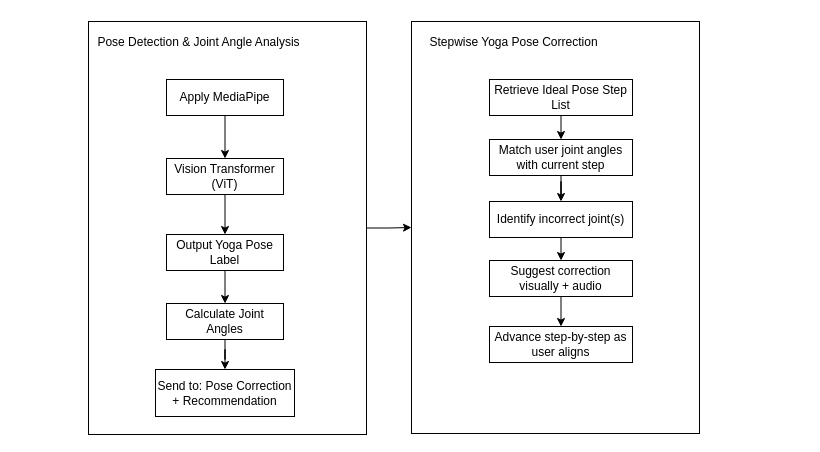
This is Block Diagram/i67 (1).drawio from zeusXtruealpha/Yoga-Project, a draw.io file, before an edit. Source tidied: cells renumbered, new cells numbered last; positions are measured from the earlier drawing's top-left corner, leaving out a move shared by most shapes. Both pictures are drawn from the tidied source at 100%, with x=0, y=0 at pixel (88, 21).
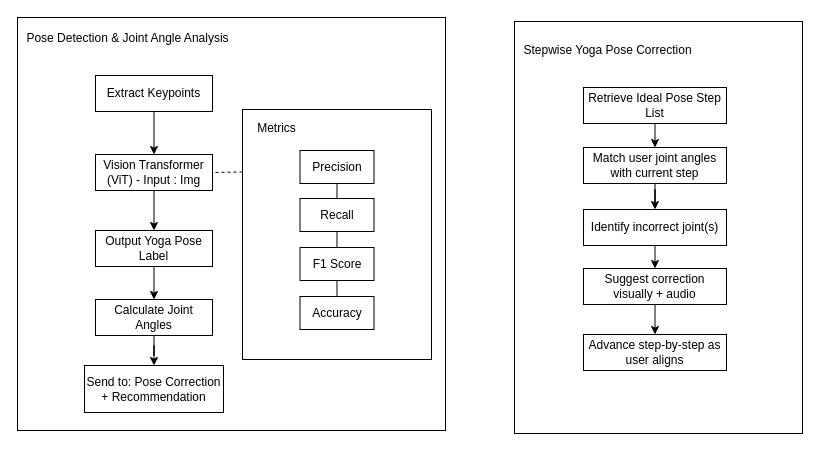
The same diagram, later.

Change to the diagram source:
```diff
@@
-    <mxCell id="2" style="edgeStyle=orthogonalEdgeStyle;rounded=0;jettySize=auto;html=1;" parent="1" edge="1" source="3" target="11">
-      <mxGeometry relative="1" as="geometry" />
-    </mxCell>
     <mxCell id="3" style="rounded=0;whiteSpace=wrap;html=1;" parent="1" vertex="1">
-      <mxGeometry width="278" height="413" as="geometry" />
+      <mxGeometry x="-71" y="-4" width="428" height="413" as="geometry" />
     </mxCell>
     <mxCell id="4" value="Pose Detection &amp;amp; Joint Angle Analysis" style="text;html=1;align=center;verticalAlign=middle;strokeColor=none;fillColor=none;" parent="1" vertex="1">
-      <mxGeometry y="8" width="220" height="26" as="geometry" />
+      <mxGeometry x="-71" y="4" width="220" height="26" as="geometry" />
     </mxCell>
@@
-    <mxCell id="6" value="Apply MediaPipe" style="rounded=0;whiteSpace=wrap;html=1;" parent="1" vertex="1">
-      <mxGeometry x="78" y="58" width="117" height="36" as="geometry" />
+    <mxCell id="6" value="Extract Keypoints" style="rounded=0;whiteSpace=wrap;html=1;" parent="1" vertex="1">
+      <mxGeometry x="7" y="54" width="117" height="36" as="geometry" />
     </mxCell>
@@
-    <mxCell id="8" value="Vision Transformer (ViT)" style="rounded=0;whiteSpace=wrap;html=1;" parent="1" vertex="1">
-      <mxGeometry x="78" y="137" width="117" height="36" as="geometry" />
+    <mxCell id="8" value="Vision Transformer (ViT) - Input : Img" style="rounded=0;whiteSpace=wrap;html=1;" parent="1" vertex="1">
+      <mxGeometry x="7" y="133" width="117" height="36" as="geometry" />
     </mxCell>
@@
     <mxCell id="10" value="Output Yoga Pose Label" style="rounded=0;whiteSpace=wrap;html=1;" parent="1" vertex="1">
-      <mxGeometry x="78" y="213" width="117" height="36" as="geometry" />
+      <mxGeometry x="7" y="209" width="117" height="36" as="geometry" />
     </mxCell>
     <mxCell id="11" style="rounded=0;whiteSpace=wrap;html=1;" parent="1" vertex="1">
-      <mxGeometry x="323" width="288" height="412" as="geometry" />
+      <mxGeometry x="426" width="288" height="412" as="geometry" />
     </mxCell>
     <mxCell id="12" value="Stepwise Yoga Pose Correction" style="text;html=1;align=center;verticalAlign=middle;strokeColor=none;fillColor=none;" parent="1" vertex="1">
-      <mxGeometry x="332" y="8" width="186" height="26" as="geometry" />
+      <mxGeometry x="426" y="16" width="186" height="26" as="geometry" />
     </mxCell>
@@
     <mxCell id="14" value="Retrieve Ideal Pose Step List" style="rounded=0;whiteSpace=wrap;html=1;" parent="1" vertex="1">
-      <mxGeometry x="401" y="58" width="143" height="36" as="geometry" />
+      <mxGeometry x="495" y="66" width="143" height="36" as="geometry" />
     </mxCell>
@@
     <mxCell id="16" value="Match user joint angles with current step" style="rounded=0;whiteSpace=wrap;html=1;" parent="1" vertex="1">
-      <mxGeometry x="401" y="118" width="143" height="36" as="geometry" />
+      <mxGeometry x="495" y="126" width="143" height="36" as="geometry" />
     </mxCell>
@@
     <mxCell id="18" value="Identify incorrect joint(s)" style="rounded=0;whiteSpace=wrap;html=1;" parent="1" vertex="1">
-      <mxGeometry x="401" y="180" width="143" height="36" as="geometry" />
+      <mxGeometry x="495" y="188" width="143" height="36" as="geometry" />
     </mxCell>
@@
     <mxCell id="20" value="Suggest correction visually + audio" style="rounded=0;whiteSpace=wrap;html=1;" parent="1" vertex="1">
-      <mxGeometry x="401" y="239" width="143" height="36" as="geometry" />
+      <mxGeometry x="495" y="247" width="143" height="36" as="geometry" />
     </mxCell>
     <mxCell id="21" value="Advance step-by-step as user aligns" style="rounded=0;whiteSpace=wrap;html=1;" parent="1" vertex="1">
-      <mxGeometry x="401" y="305" width="143" height="36" as="geometry" />
+      <mxGeometry x="495" y="313" width="143" height="36" as="geometry" />
     </mxCell>
@@
     <mxCell id="26" value="Calculate Joint Angles" style="rounded=0;whiteSpace=wrap;html=1;" parent="1" vertex="1">
-      <mxGeometry x="78" y="282" width="117" height="36" as="geometry" />
+      <mxGeometry x="7" y="278" width="117" height="36" as="geometry" />
     </mxCell>
     <mxCell id="27" value="Send to: Pose Correction + Recommendation" style="rounded=0;whiteSpace=wrap;html=1;" parent="1" vertex="1">
-      <mxGeometry x="67" y="348" width="139" height="47" as="geometry" />
+      <mxGeometry x="-4" y="344" width="139" height="47" as="geometry" />
     </mxCell>
+    <mxCell id="28" style="rounded=0;whiteSpace=wrap;html=1;" parent="1" vertex="1">
+      <mxGeometry x="154" y="88" width="189" height="250" as="geometry" />
+    </mxCell>
+    <mxCell id="29" value="Metrics" style="text;html=1;align=center;verticalAlign=middle;strokeColor=none;fillColor=none;" parent="1" vertex="1">
+      <mxGeometry x="159" y="94" width="57" height="26" as="geometry" />
+    </mxCell>
+    <mxCell id="30" value="Precision" style="rounded=0;whiteSpace=wrap;html=1;" parent="1" vertex="1">
+      <mxGeometry x="211.5" y="129" width="74" height="33" as="geometry" />
+    </mxCell>
+    <mxCell id="31" value="Recall" style="rounded=0;whiteSpace=wrap;html=1;" parent="1" vertex="1">
+      <mxGeometry x="211.5" y="177" width="74" height="33" as="geometry" />
+    </mxCell>
+    <mxCell id="32" value="F1 Score" style="rounded=0;whiteSpace=wrap;html=1;" parent="1" vertex="1">
+      <mxGeometry x="211.5" y="226" width="74" height="33" as="geometry" />
+    </mxCell>
+    <mxCell id="33" value="Accuracy" style="rounded=0;whiteSpace=wrap;html=1;" parent="1" vertex="1">
+      <mxGeometry x="211.5" y="275" width="74" height="33" as="geometry" />
+    </mxCell>
+    <mxCell id="34" style="endArrow=none;html=1;rounded=0;entryX=0.5;entryY=1;entryDx=0;entryDy=0;exitX=0.5;exitY=0;exitDx=0;exitDy=0;" parent="1" edge="1" source="31" target="30">
+      <mxGeometry relative="1" as="geometry" />
+    </mxCell>
+    <mxCell id="35" style="endArrow=none;html=1;rounded=0;entryX=0.5;entryY=1;entryDx=0;entryDy=0;exitX=0.5;exitY=0;exitDx=0;exitDy=0;" parent="1" edge="1" source="33" target="32">
+      <mxGeometry relative="1" as="geometry" />
+    </mxCell>
+    <mxCell id="36" style="endArrow=none;html=1;rounded=0;entryX=0.5;entryY=1;entryDx=0;entryDy=0;exitX=0.5;exitY=0;exitDx=0;exitDy=0;" parent="1" edge="1" source="32" target="31">
+      <mxGeometry relative="1" as="geometry" />
+    </mxCell>
+    <mxCell id="37" style="endArrow=none;dashed=1;html=1;rounded=0;entryX=1;entryY=0.5;entryDx=0;entryDy=0;exitX=0;exitY=0.25;exitDx=0;exitDy=0;" parent="1" edge="1" source="28" target="8">
+      <mxGeometry relative="1" as="geometry" />
+    </mxCell>
```
